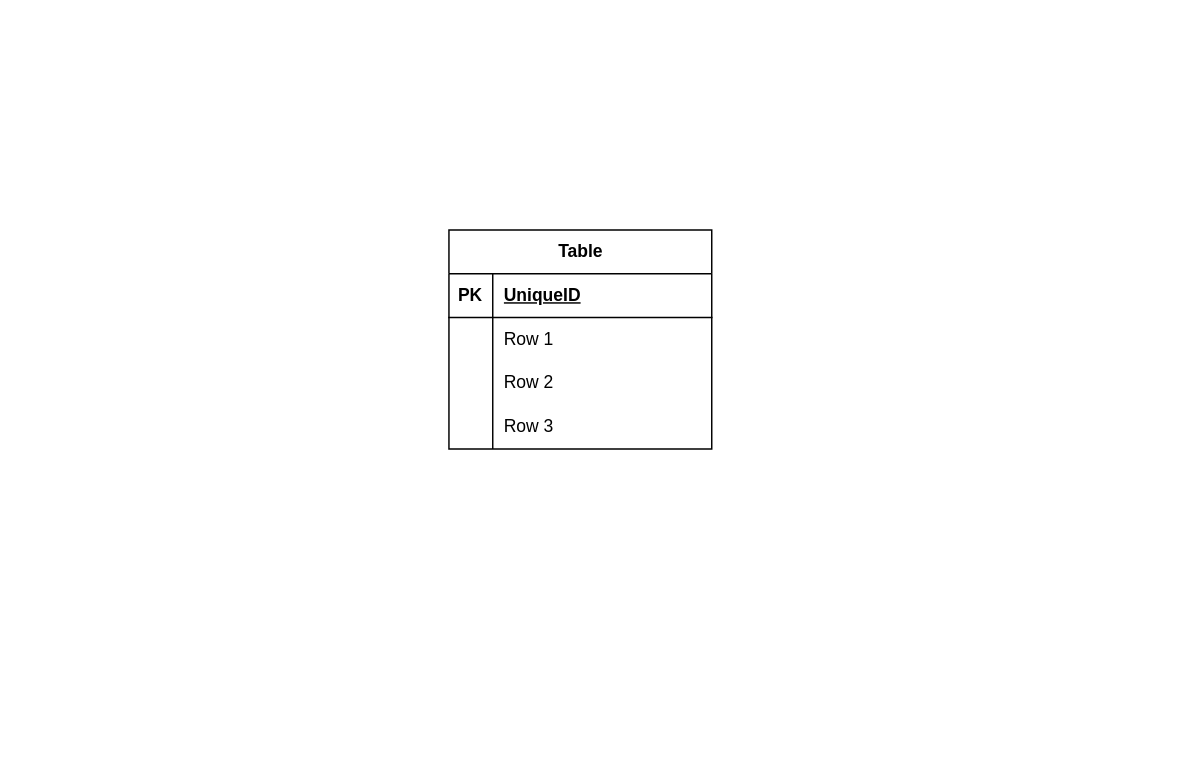
Above: ITI__Data_Model.drawio in david11133/draw.io (draw.io), before the change. Source tidied: cells renumbered, new cells numbered last; positions are measured from the earlier drawing's top-left corner, leaving out a move shared by most shapes. Both pictures are drawn from the tidied source at 146%, with x=0, y=0 at pixel (448, 229).
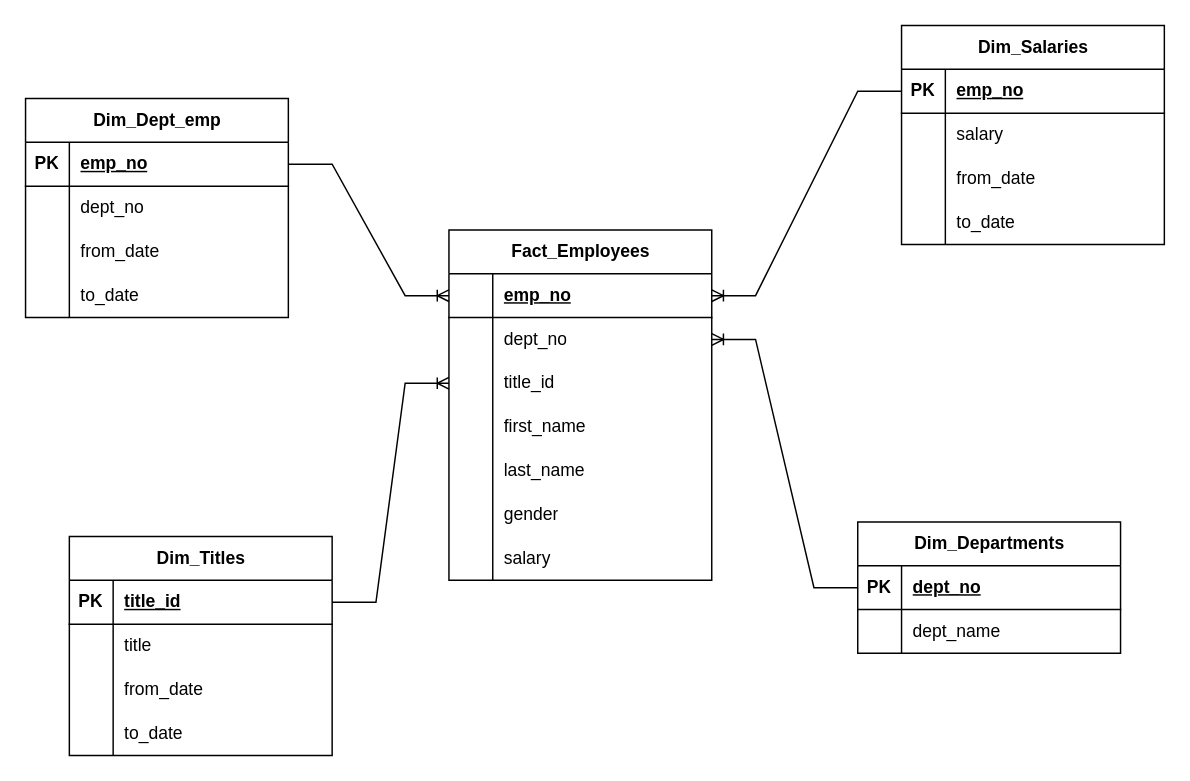
After the change.

Unchanged cells that the change refers to:
```xml
<mxCell id="3" style="shape=tableRow;horizontal=0;startSize=0;swimlaneHead=0;swimlaneBody=0;fillColor=none;points=[[0,0.5],[1,0.5]];portConstraint=eastwest;top=0;left=0;right=0;bottom=1;" parent="2" vertex="1">
  <mxGeometry y="30" width="180" height="30" as="geometry" />
</mxCell>
<mxCell id="6" style="shape=tableRow;horizontal=0;startSize=0;swimlaneHead=0;swimlaneBody=0;fillColor=none;points=[[0,0.5],[1,0.5]];portConstraint=eastwest;top=0;left=0;right=0;bottom=0;" parent="2" vertex="1">
  <mxGeometry y="60" width="180" height="30" as="geometry" />
</mxCell>
```

The edit, as a diff of the source:
```diff
@@
-    <mxCell id="2" value="Table" style="shape=table;startSize=30;childLayout=tableLayout;rowLines=0;fontStyle=1;align=center;html=1;" parent="1" vertex="1">
-      <mxGeometry width="180" height="150" as="geometry" />
+    <mxCell id="2" value="Fact_Employees" style="shape=table;startSize=30;childLayout=tableLayout;rowLines=0;fontStyle=1;align=center;html=1;fillStyle=auto;fillColor=default;" parent="1" vertex="1">
+      <mxGeometry width="180" height="240" as="geometry" />
     </mxCell>
@@
-    <mxCell id="4" value="PK" style="shape=partialRectangle;fillColor=none;top=0;left=0;bottom=0;right=0;fontStyle=1;overflow=hidden;whiteSpace=wrap;html=1;" parent="3" vertex="1">
+    <mxCell id="4" style="shape=partialRectangle;fillColor=none;top=0;left=0;bottom=0;right=0;fontStyle=1;overflow=hidden;whiteSpace=wrap;html=1;" parent="3" vertex="1">
       <mxGeometry width="30" height="30" as="geometry" />
     </mxCell>
-    <mxCell id="5" value="UniqueID" style="shape=partialRectangle;fillColor=none;top=0;left=0;bottom=0;right=0;align=left;spacingLeft=6;fontStyle=5;overflow=hidden;whiteSpace=wrap;html=1;" parent="3" vertex="1">
+    <mxCell id="5" value="emp_no" style="shape=partialRectangle;fillColor=none;top=0;left=0;bottom=0;right=0;align=left;spacingLeft=6;fontStyle=5;overflow=hidden;whiteSpace=wrap;html=1;" parent="3" vertex="1">
       <mxGeometry x="30" width="150" height="30" as="geometry" />
     </mxCell>
@@
-    <mxCell id="8" value="Row 1" style="shape=partialRectangle;fillColor=none;top=0;left=0;bottom=0;right=0;align=left;spacingLeft=6;overflow=hidden;whiteSpace=wrap;html=1;" parent="6" vertex="1">
+    <mxCell id="8" value="dept_no" style="shape=partialRectangle;fillColor=none;top=0;left=0;bottom=0;right=0;align=left;spacingLeft=6;overflow=hidden;whiteSpace=wrap;html=1;" parent="6" vertex="1">
       <mxGeometry x="30" width="150" height="30" as="geometry" />
     </mxCell>
+    <mxCell id="15" style="shape=tableRow;horizontal=0;startSize=0;swimlaneHead=0;swimlaneBody=0;fillColor=none;points=[[0,0.5],[1,0.5]];portConstraint=eastwest;top=0;left=0;right=0;bottom=0;" parent="2" vertex="1">
+      <mxGeometry y="90" width="180" height="30" as="geometry" />
+    </mxCell>
+    <mxCell id="16" style="shape=partialRectangle;fillColor=none;top=0;left=0;bottom=0;right=0;overflow=hidden;whiteSpace=wrap;html=1;" parent="15" vertex="1">
+      <mxGeometry width="30" height="30" as="geometry" />
+    </mxCell>
+    <mxCell id="17" value="title_id" style="shape=partialRectangle;fillColor=none;top=0;left=0;bottom=0;right=0;align=left;spacingLeft=6;overflow=hidden;whiteSpace=wrap;html=1;" parent="15" vertex="1">
+      <mxGeometry x="30" width="150" height="30" as="geometry" />
+    </mxCell>
     <mxCell id="9" style="shape=tableRow;horizontal=0;startSize=0;swimlaneHead=0;swimlaneBody=0;fillColor=none;top=0;left=0;right=0;bottom=0;" parent="2" vertex="1">
-      <mxGeometry y="90" width="180" height="30" as="geometry" />
+      <mxGeometry y="120" width="180" height="30" as="geometry" />
     </mxCell>
@@
-    <mxCell id="11" value="Row 2" style="shape=partialRectangle;fillColor=none;top=0;left=0;bottom=0;right=0;align=left;spacingLeft=6;overflow=hidden;whiteSpace=wrap;html=1;" parent="9" vertex="1">
+    <mxCell id="11" value="first_name" style="shape=partialRectangle;fillColor=none;top=0;left=0;bottom=0;right=0;align=left;spacingLeft=6;overflow=hidden;whiteSpace=wrap;html=1;" parent="9" vertex="1">
       <mxGeometry x="30" width="150" height="30" as="geometry" />
     </mxCell>
     <mxCell id="12" style="shape=tableRow;horizontal=0;startSize=0;swimlaneHead=0;swimlaneBody=0;fillColor=none;top=0;left=0;right=0;bottom=0;" parent="2" vertex="1">
-      <mxGeometry y="120" width="180" height="30" as="geometry" />
+      <mxGeometry y="150" width="180" height="30" as="geometry" />
     </mxCell>
@@
-    <mxCell id="14" value="Row 3" style="shape=partialRectangle;fillColor=none;top=0;left=0;bottom=0;right=0;align=left;spacingLeft=6;overflow=hidden;whiteSpace=wrap;html=1;" parent="12" vertex="1">
+    <mxCell id="14" value="last_name" style="shape=partialRectangle;fillColor=none;top=0;left=0;bottom=0;right=0;align=left;spacingLeft=6;overflow=hidden;whiteSpace=wrap;html=1;" parent="12" vertex="1">
       <mxGeometry x="30" width="150" height="30" as="geometry" />
     </mxCell>
+    <mxCell id="18" style="shape=tableRow;horizontal=0;startSize=0;swimlaneHead=0;swimlaneBody=0;fillColor=none;top=0;left=0;right=0;bottom=0;" parent="2" vertex="1">
+      <mxGeometry y="180" width="180" height="30" as="geometry" />
+    </mxCell>
+    <mxCell id="19" style="shape=partialRectangle;fillColor=none;top=0;left=0;bottom=0;right=0;overflow=hidden;whiteSpace=wrap;html=1;" parent="18" vertex="1">
+      <mxGeometry width="30" height="30" as="geometry" />
+    </mxCell>
+    <mxCell id="20" value="gender" style="shape=partialRectangle;fillColor=none;top=0;left=0;bottom=0;right=0;align=left;spacingLeft=6;overflow=hidden;whiteSpace=wrap;html=1;" parent="18" vertex="1">
+      <mxGeometry x="30" width="150" height="30" as="geometry" />
+    </mxCell>
+    <mxCell id="21" style="shape=tableRow;horizontal=0;startSize=0;swimlaneHead=0;swimlaneBody=0;fillColor=none;top=0;left=0;right=0;bottom=0;" parent="2" vertex="1">
+      <mxGeometry y="210" width="180" height="30" as="geometry" />
+    </mxCell>
+    <mxCell id="22" style="shape=partialRectangle;fillColor=none;top=0;left=0;bottom=0;right=0;overflow=hidden;whiteSpace=wrap;html=1;" parent="21" vertex="1">
+      <mxGeometry width="30" height="30" as="geometry" />
+    </mxCell>
+    <mxCell id="23" value="salary" style="shape=partialRectangle;fillColor=none;top=0;left=0;bottom=0;right=0;align=left;spacingLeft=6;overflow=hidden;whiteSpace=wrap;html=1;" parent="21" vertex="1">
+      <mxGeometry x="30" width="150" height="30" as="geometry" />
+    </mxCell>
+    <mxCell id="24" value="Dim_Departments" style="shape=table;startSize=30;childLayout=tableLayout;rowLines=0;fontStyle=1;align=center;html=1;fillStyle=auto;fillColor=default;" parent="1" vertex="1">
+      <mxGeometry x="280" y="200" width="180" height="90" as="geometry" />
+    </mxCell>
+    <mxCell id="25" style="shape=tableRow;horizontal=0;startSize=0;swimlaneHead=0;swimlaneBody=0;fillColor=none;points=[[0,0.5],[1,0.5]];portConstraint=eastwest;top=0;left=0;right=0;bottom=1;" parent="24" vertex="1">
+      <mxGeometry y="30" width="180" height="30" as="geometry" />
+    </mxCell>
+    <mxCell id="26" value="PK" style="shape=partialRectangle;fillColor=none;top=0;left=0;bottom=0;right=0;fontStyle=1;overflow=hidden;whiteSpace=wrap;html=1;" parent="25" vertex="1">
+      <mxGeometry width="30" height="30" as="geometry" />
+    </mxCell>
+    <mxCell id="27" value="dept_no" style="shape=partialRectangle;fillColor=none;top=0;left=0;bottom=0;right=0;align=left;spacingLeft=6;fontStyle=5;overflow=hidden;whiteSpace=wrap;html=1;" parent="25" vertex="1">
+      <mxGeometry x="30" width="150" height="30" as="geometry" />
+    </mxCell>
+    <mxCell id="28" style="shape=tableRow;horizontal=0;startSize=0;swimlaneHead=0;swimlaneBody=0;fillColor=none;top=0;left=0;right=0;bottom=0;" parent="24" vertex="1">
+      <mxGeometry y="60" width="180" height="30" as="geometry" />
+    </mxCell>
+    <mxCell id="29" style="shape=partialRectangle;fillColor=none;top=0;left=0;bottom=0;right=0;overflow=hidden;whiteSpace=wrap;html=1;" parent="28" vertex="1">
+      <mxGeometry width="30" height="30" as="geometry" />
+    </mxCell>
+    <mxCell id="30" value="dept_name" style="shape=partialRectangle;fillColor=none;top=0;left=0;bottom=0;right=0;align=left;spacingLeft=6;overflow=hidden;whiteSpace=wrap;html=1;" parent="28" vertex="1">
+      <mxGeometry x="30" width="150" height="30" as="geometry" />
+    </mxCell>
+    <mxCell id="31" style="edgeStyle=entityRelationEdgeStyle;fontSize=12;html=1;endArrow=ERoneToMany;rounded=0;entryX=1;entryY=0.5;entryDx=0;entryDy=0;exitX=0;exitY=0.5;exitDx=0;exitDy=0;" parent="1" edge="1" source="25" target="6">
+      <mxGeometry relative="1" as="geometry" />
+    </mxCell>
+    <mxCell id="32" value="Dim_Dept_emp" style="shape=table;startSize=30;childLayout=tableLayout;rowLines=0;fontStyle=1;align=center;html=1;fillStyle=auto;fillColor=default;" parent="1" vertex="1">
+      <mxGeometry x="-290" y="-90" width="180" height="150" as="geometry" />
+    </mxCell>
+    <mxCell id="33" style="shape=tableRow;horizontal=0;startSize=0;swimlaneHead=0;swimlaneBody=0;fillColor=none;points=[[0,0.5],[1,0.5]];portConstraint=eastwest;top=0;left=0;right=0;bottom=1;" parent="32" vertex="1">
+      <mxGeometry y="30" width="180" height="30" as="geometry" />
+    </mxCell>
+    <mxCell id="34" value="PK" style="shape=partialRectangle;fillColor=none;top=0;left=0;bottom=0;right=0;fontStyle=1;overflow=hidden;whiteSpace=wrap;html=1;" parent="33" vertex="1">
+      <mxGeometry width="30" height="30" as="geometry" />
+    </mxCell>
+    <mxCell id="35" value="emp_no" style="shape=partialRectangle;fillColor=none;top=0;left=0;bottom=0;right=0;align=left;spacingLeft=6;fontStyle=5;overflow=hidden;whiteSpace=wrap;html=1;" parent="33" vertex="1">
+      <mxGeometry x="30" width="150" height="30" as="geometry" />
+    </mxCell>
+    <mxCell id="36" style="shape=tableRow;horizontal=0;startSize=0;swimlaneHead=0;swimlaneBody=0;fillColor=none;top=0;left=0;right=0;bottom=0;" parent="32" vertex="1">
+      <mxGeometry y="60" width="180" height="30" as="geometry" />
+    </mxCell>
+    <mxCell id="37" style="shape=partialRectangle;fillColor=none;top=0;left=0;bottom=0;right=0;overflow=hidden;whiteSpace=wrap;html=1;" parent="36" vertex="1">
+      <mxGeometry width="30" height="30" as="geometry" />
+    </mxCell>
+    <mxCell id="38" value="dept_no" style="shape=partialRectangle;fillColor=none;top=0;left=0;bottom=0;right=0;align=left;spacingLeft=6;overflow=hidden;whiteSpace=wrap;html=1;" parent="36" vertex="1">
+      <mxGeometry x="30" width="150" height="30" as="geometry" />
+    </mxCell>
+    <mxCell id="39" style="shape=tableRow;horizontal=0;startSize=0;swimlaneHead=0;swimlaneBody=0;fillColor=none;top=0;left=0;right=0;bottom=0;" parent="32" vertex="1">
+      <mxGeometry y="90" width="180" height="30" as="geometry" />
+    </mxCell>
+    <mxCell id="40" style="shape=partialRectangle;fillColor=none;top=0;left=0;bottom=0;right=0;overflow=hidden;whiteSpace=wrap;html=1;" parent="39" vertex="1">
+      <mxGeometry width="30" height="30" as="geometry" />
+    </mxCell>
+    <mxCell id="41" value="from_date" style="shape=partialRectangle;fillColor=none;top=0;left=0;bottom=0;right=0;align=left;spacingLeft=6;overflow=hidden;whiteSpace=wrap;html=1;" parent="39" vertex="1">
+      <mxGeometry x="30" width="150" height="30" as="geometry" />
+    </mxCell>
+    <mxCell id="42" style="shape=tableRow;horizontal=0;startSize=0;swimlaneHead=0;swimlaneBody=0;fillColor=none;top=0;left=0;right=0;bottom=0;" parent="32" vertex="1">
+      <mxGeometry y="120" width="180" height="30" as="geometry" />
+    </mxCell>
+    <mxCell id="43" style="shape=partialRectangle;fillColor=none;top=0;left=0;bottom=0;right=0;overflow=hidden;whiteSpace=wrap;html=1;" parent="42" vertex="1">
+      <mxGeometry width="30" height="30" as="geometry" />
+    </mxCell>
+    <mxCell id="44" value="to_date" style="shape=partialRectangle;fillColor=none;top=0;left=0;bottom=0;right=0;align=left;spacingLeft=6;overflow=hidden;whiteSpace=wrap;html=1;" parent="42" vertex="1">
+      <mxGeometry x="30" width="150" height="30" as="geometry" />
+    </mxCell>
+    <mxCell id="45" style="edgeStyle=entityRelationEdgeStyle;fontSize=12;html=1;endArrow=ERoneToMany;rounded=0;entryX=0;entryY=0.5;entryDx=0;entryDy=0;exitX=1;exitY=0.5;exitDx=0;exitDy=0;" parent="1" edge="1" source="33" target="3">
+      <mxGeometry relative="1" as="geometry">
+        <Array as="points">
+          <mxPoint x="-60" y="110" />
+        </Array>
+      </mxGeometry>
+    </mxCell>
+    <mxCell id="46" value="Dim_Salaries" style="shape=table;startSize=30;childLayout=tableLayout;rowLines=0;fontStyle=1;align=center;html=1;fillStyle=auto;fillColor=default;" parent="1" vertex="1">
+      <mxGeometry x="310" y="-140" width="180" height="150" as="geometry" />
+    </mxCell>
+    <mxCell id="47" style="shape=tableRow;horizontal=0;startSize=0;swimlaneHead=0;swimlaneBody=0;fillColor=none;points=[[0,0.5],[1,0.5]];portConstraint=eastwest;top=0;left=0;right=0;bottom=1;" parent="46" vertex="1">
+      <mxGeometry y="30" width="180" height="30" as="geometry" />
+    </mxCell>
+    <mxCell id="48" value="PK" style="shape=partialRectangle;fillColor=none;top=0;left=0;bottom=0;right=0;fontStyle=1;overflow=hidden;whiteSpace=wrap;html=1;" parent="47" vertex="1">
+      <mxGeometry width="30" height="30" as="geometry" />
+    </mxCell>
+    <mxCell id="49" value="emp_no" style="shape=partialRectangle;fillColor=none;top=0;left=0;bottom=0;right=0;align=left;spacingLeft=6;fontStyle=5;overflow=hidden;whiteSpace=wrap;html=1;" parent="47" vertex="1">
+      <mxGeometry x="30" width="150" height="30" as="geometry" />
+    </mxCell>
+    <mxCell id="50" style="shape=tableRow;horizontal=0;startSize=0;swimlaneHead=0;swimlaneBody=0;fillColor=none;top=0;left=0;right=0;bottom=0;" parent="46" vertex="1">
+      <mxGeometry y="60" width="180" height="30" as="geometry" />
+    </mxCell>
+    <mxCell id="51" style="shape=partialRectangle;fillColor=none;top=0;left=0;bottom=0;right=0;overflow=hidden;whiteSpace=wrap;html=1;" parent="50" vertex="1">
+      <mxGeometry width="30" height="30" as="geometry" />
+    </mxCell>
+    <mxCell id="52" value="salary" style="shape=partialRectangle;fillColor=none;top=0;left=0;bottom=0;right=0;align=left;spacingLeft=6;overflow=hidden;whiteSpace=wrap;html=1;" parent="50" vertex="1">
+      <mxGeometry x="30" width="150" height="30" as="geometry" />
+    </mxCell>
+    <mxCell id="53" style="shape=tableRow;horizontal=0;startSize=0;swimlaneHead=0;swimlaneBody=0;fillColor=none;top=0;left=0;right=0;bottom=0;" parent="46" vertex="1">
+      <mxGeometry y="90" width="180" height="30" as="geometry" />
+    </mxCell>
+    <mxCell id="54" style="shape=partialRectangle;fillColor=none;top=0;left=0;bottom=0;right=0;overflow=hidden;whiteSpace=wrap;html=1;" parent="53" vertex="1">
+      <mxGeometry width="30" height="30" as="geometry" />
+    </mxCell>
+    <mxCell id="55" value="from_date" style="shape=partialRectangle;fillColor=none;top=0;left=0;bottom=0;right=0;align=left;spacingLeft=6;overflow=hidden;whiteSpace=wrap;html=1;" parent="53" vertex="1">
+      <mxGeometry x="30" width="150" height="30" as="geometry" />
+    </mxCell>
+    <mxCell id="56" style="shape=tableRow;horizontal=0;startSize=0;swimlaneHead=0;swimlaneBody=0;fillColor=none;top=0;left=0;right=0;bottom=0;" parent="46" vertex="1">
+      <mxGeometry y="120" width="180" height="30" as="geometry" />
+    </mxCell>
+    <mxCell id="57" style="shape=partialRectangle;fillColor=none;top=0;left=0;bottom=0;right=0;overflow=hidden;whiteSpace=wrap;html=1;" parent="56" vertex="1">
+      <mxGeometry width="30" height="30" as="geometry" />
+    </mxCell>
+    <mxCell id="58" value="to_date" style="shape=partialRectangle;fillColor=none;top=0;left=0;bottom=0;right=0;align=left;spacingLeft=6;overflow=hidden;whiteSpace=wrap;html=1;" parent="56" vertex="1">
+      <mxGeometry x="30" width="150" height="30" as="geometry" />
+    </mxCell>
+    <mxCell id="59" style="edgeStyle=entityRelationEdgeStyle;fontSize=12;html=1;endArrow=ERoneToMany;rounded=0;exitX=0;exitY=0.5;exitDx=0;exitDy=0;entryX=1;entryY=0.5;entryDx=0;entryDy=0;" parent="1" edge="1" source="47" target="3">
+      <mxGeometry relative="1" as="geometry" />
+    </mxCell>
+    <mxCell id="60" value="Dim_Titles" style="shape=table;startSize=30;childLayout=tableLayout;rowLines=0;fontStyle=1;align=center;html=1;fillStyle=auto;fillColor=default;" parent="1" vertex="1">
+      <mxGeometry x="-260" y="210" width="180" height="150" as="geometry" />
+    </mxCell>
+    <mxCell id="61" style="shape=tableRow;horizontal=0;startSize=0;swimlaneHead=0;swimlaneBody=0;fillColor=none;points=[[0,0.5],[1,0.5]];portConstraint=eastwest;top=0;left=0;right=0;bottom=1;" parent="60" vertex="1">
+      <mxGeometry y="30" width="180" height="30" as="geometry" />
+    </mxCell>
+    <mxCell id="62" value="PK" style="shape=partialRectangle;fillColor=none;top=0;left=0;bottom=0;right=0;fontStyle=1;overflow=hidden;whiteSpace=wrap;html=1;" parent="61" vertex="1">
+      <mxGeometry width="30" height="30" as="geometry" />
+    </mxCell>
+    <mxCell id="63" value="title_id" style="shape=partialRectangle;fillColor=none;top=0;left=0;bottom=0;right=0;align=left;spacingLeft=6;fontStyle=5;overflow=hidden;whiteSpace=wrap;html=1;" parent="61" vertex="1">
+      <mxGeometry x="30" width="150" height="30" as="geometry" />
+    </mxCell>
+    <mxCell id="64" style="shape=tableRow;horizontal=0;startSize=0;swimlaneHead=0;swimlaneBody=0;fillColor=none;top=0;left=0;right=0;bottom=0;" parent="60" vertex="1">
+      <mxGeometry y="60" width="180" height="30" as="geometry" />
+    </mxCell>
+    <mxCell id="65" style="shape=partialRectangle;fillColor=none;top=0;left=0;bottom=0;right=0;overflow=hidden;whiteSpace=wrap;html=1;" parent="64" vertex="1">
+      <mxGeometry width="30" height="30" as="geometry" />
+    </mxCell>
+    <mxCell id="66" value="title" style="shape=partialRectangle;fillColor=none;top=0;left=0;bottom=0;right=0;align=left;spacingLeft=6;overflow=hidden;whiteSpace=wrap;html=1;" parent="64" vertex="1">
+      <mxGeometry x="30" width="150" height="30" as="geometry" />
+    </mxCell>
+    <mxCell id="67" style="shape=tableRow;horizontal=0;startSize=0;swimlaneHead=0;swimlaneBody=0;fillColor=none;top=0;left=0;right=0;bottom=0;" parent="60" vertex="1">
+      <mxGeometry y="90" width="180" height="30" as="geometry" />
+    </mxCell>
+    <mxCell id="68" style="shape=partialRectangle;fillColor=none;top=0;left=0;bottom=0;right=0;overflow=hidden;whiteSpace=wrap;html=1;" parent="67" vertex="1">
+      <mxGeometry width="30" height="30" as="geometry" />
+    </mxCell>
+    <mxCell id="69" value="from_date" style="shape=partialRectangle;fillColor=none;top=0;left=0;bottom=0;right=0;align=left;spacingLeft=6;overflow=hidden;whiteSpace=wrap;html=1;" parent="67" vertex="1">
+      <mxGeometry x="30" width="150" height="30" as="geometry" />
+    </mxCell>
+    <mxCell id="70" style="shape=tableRow;horizontal=0;startSize=0;swimlaneHead=0;swimlaneBody=0;fillColor=none;top=0;left=0;right=0;bottom=0;" parent="60" vertex="1">
+      <mxGeometry y="120" width="180" height="30" as="geometry" />
+    </mxCell>
+    <mxCell id="71" style="shape=partialRectangle;fillColor=none;top=0;left=0;bottom=0;right=0;overflow=hidden;whiteSpace=wrap;html=1;" parent="70" vertex="1">
+      <mxGeometry width="30" height="30" as="geometry" />
+    </mxCell>
+    <mxCell id="72" value="to_date" style="shape=partialRectangle;fillColor=none;top=0;left=0;bottom=0;right=0;align=left;spacingLeft=6;overflow=hidden;whiteSpace=wrap;html=1;" parent="70" vertex="1">
+      <mxGeometry x="30" width="150" height="30" as="geometry" />
+    </mxCell>
+    <mxCell id="73" style="edgeStyle=entityRelationEdgeStyle;fontSize=12;html=1;endArrow=ERoneToMany;rounded=0;exitX=1;exitY=0.5;exitDx=0;exitDy=0;entryX=0;entryY=0.5;entryDx=0;entryDy=0;" parent="1" edge="1" source="61" target="15">
+      <mxGeometry relative="1" as="geometry" />
+    </mxCell>
```
